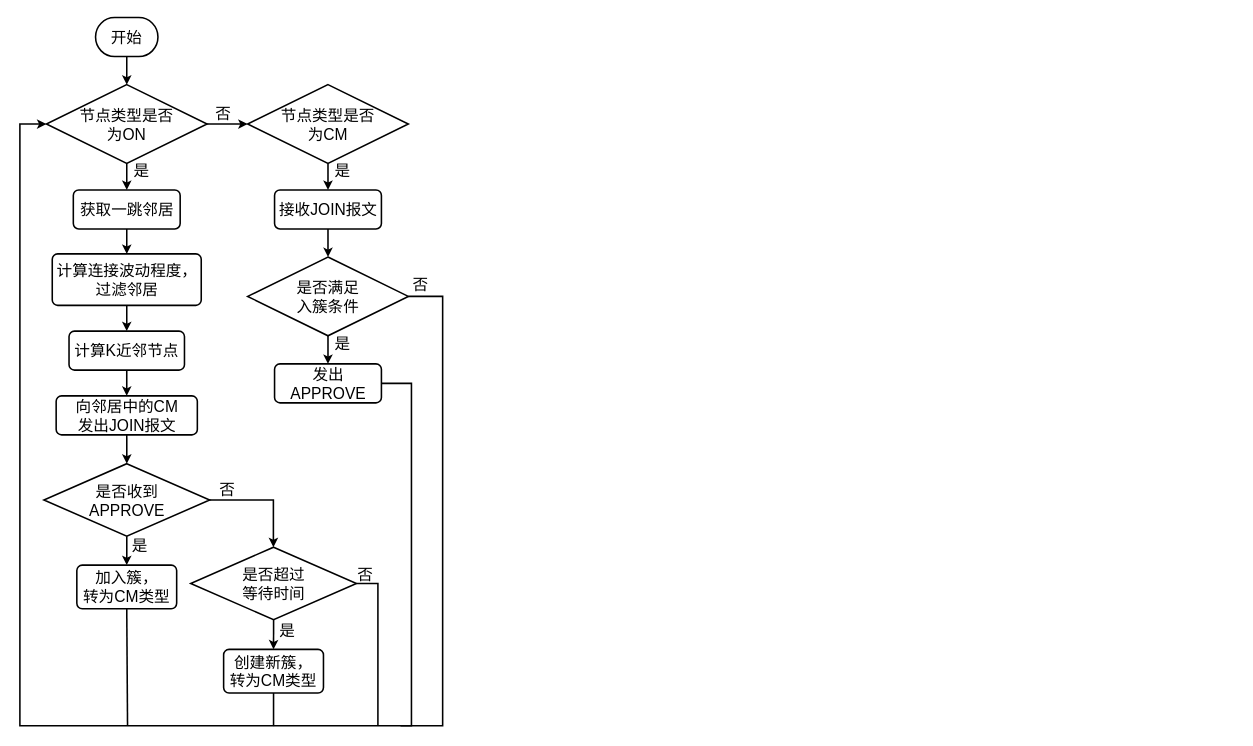
Earlier version of the draw.io diagram cluster/SNNCA-FLOW.drawio (trevorHsu/draftChart). Source tidied: cells renumbered, new cells numbered last; positions are measured from the earlier drawing's top-left corner, leaving out a move shared by most shapes. Both pictures are drawn from the tidied source at 78%, with x=0, y=0 at pixel (20, 17).
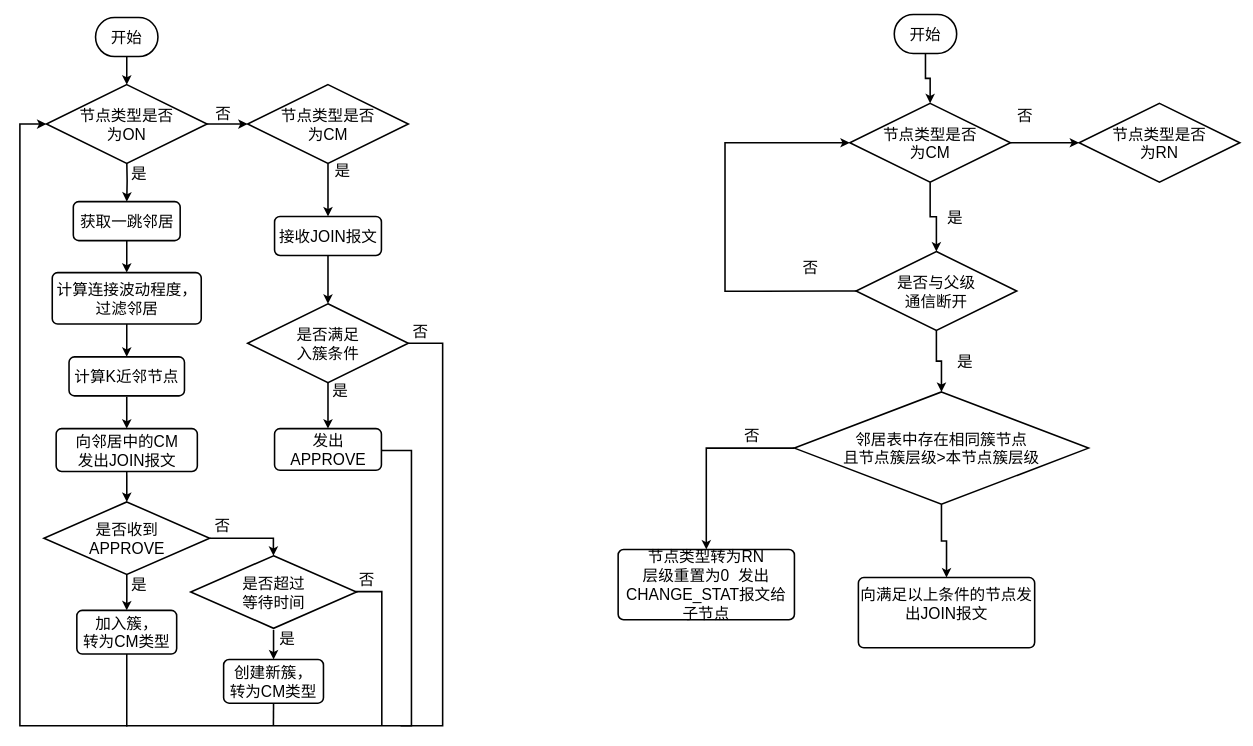
After the change.

Unchanged cells that the change refers to:
```xml
<mxCell id="6" value="节点类型是否&lt;br&gt;为ON" style="strokeWidth=2;html=1;shape=mxgraph.flowchart.decision;whiteSpace=wrap;fontSize=20;" parent="1" vertex="1">
  <mxGeometry x="34" y="86" width="206" height="101" as="geometry" />
</mxCell>
```

Change to the diagram source:
```diff
@@
     <mxCell id="3" value="获取一跳邻居" style="rounded=1;whiteSpace=wrap;html=1;absoluteArcSize=1;arcSize=14;strokeWidth=2;fontSize=20;" parent="1" vertex="1">
-      <mxGeometry x="68.5" y="221" width="137" height="50" as="geometry" />
+      <mxGeometry x="68.5" y="236" width="137" height="50" as="geometry" />
     </mxCell>
-    <mxCell id="4" style="edgeStyle=orthogonalEdgeStyle;rounded=0;jettySize=auto;html=1;exitX=0.5;exitY=1;exitDx=0;exitDy=0;exitPerimeter=0;entryX=0.5;entryY=0;entryDx=0;entryDy=0;fontSize=20;strokeWidth=2;" parent="1" edge="1" source="6" target="3">
-      <mxGeometry relative="1" as="geometry" />
+    <mxCell id="4" style="edgeStyle=orthogonalEdgeStyle;rounded=0;jettySize=auto;html=1;exitX=0.5;exitY=1;exitDx=0;exitDy=0;exitPerimeter=0;entryX=0.5;entryY=0;entryDx=0;entryDy=0;fontSize=20;strokeWidth=2;" parent="1" edge="1" target="3">
+      <mxGeometry relative="1" as="geometry">
+        <mxPoint x="137" y="182" as="sourcePoint" />
+      </mxGeometry>
     </mxCell>
@@
     <mxCell id="10" value="计算连接波动程度，过滤邻居" style="rounded=1;whiteSpace=wrap;html=1;absoluteArcSize=1;arcSize=14;strokeWidth=2;fontSize=20;" parent="1" vertex="1">
-      <mxGeometry x="41.5" y="303" width="191" height="66" as="geometry" />
+      <mxGeometry x="41.5" y="327" width="191" height="66" as="geometry" />
     </mxCell>
-    <mxCell id="11" style="edgeStyle=orthogonalEdgeStyle;rounded=0;jettySize=auto;html=1;entryX=0.5;entryY=0;entryDx=0;entryDy=0;fontSize=20;strokeWidth=2;" parent="1" edge="1" source="27" target="13">
-      <mxGeometry relative="1" as="geometry" />
+    <mxCell id="11" style="edgeStyle=orthogonalEdgeStyle;rounded=0;jettySize=auto;html=1;entryX=0.5;entryY=0;entryDx=0;entryDy=0;fontSize=20;strokeWidth=2;exitX=0.5;exitY=1;exitDx=0;exitDy=0;" parent="1" edge="1" target="13">
+      <mxGeometry relative="1" as="geometry">
+        <mxPoint x="137" y="499" as="sourcePoint" />
+        <Array as="points">
+          <mxPoint x="137" y="486" />
+          <mxPoint x="137" y="486" />
+        </Array>
+      </mxGeometry>
     </mxCell>
@@
     <mxCell id="13" value="向邻居中的CM&lt;br style=&quot;font-size: 20px;&quot;&gt;发出JOIN报文" style="rounded=1;whiteSpace=wrap;html=1;absoluteArcSize=1;arcSize=14;strokeWidth=2;fontSize=20;" parent="1" vertex="1">
-      <mxGeometry x="46.5" y="485" width="181" height="50" as="geometry" />
+      <mxGeometry x="46.5" y="527" width="181" height="55" as="geometry" />
     </mxCell>
@@
     <mxCell id="15" value="是" style="text;strokeColor=none;align=center;fillColor=none;html=1;verticalAlign=middle;whiteSpace=wrap;rounded=0;fontSize=20;" parent="1" vertex="1">
-      <mxGeometry x="124" y="661" width="60" height="30" as="geometry" />
+      <mxGeometry x="123" y="712" width="60" height="30" as="geometry" />
     </mxCell>
     <mxCell id="16" value="否" style="text;strokeColor=none;align=center;fillColor=none;html=1;verticalAlign=middle;whiteSpace=wrap;rounded=0;fontSize=20;" parent="1" vertex="1">
-      <mxGeometry x="236" y="589" width="60" height="30" as="geometry" />
+      <mxGeometry x="230" y="636" width="60" height="30" as="geometry" />
     </mxCell>
     <mxCell id="17" value="是" style="text;strokeColor=none;align=center;fillColor=none;html=1;verticalAlign=middle;whiteSpace=wrap;rounded=0;fontSize=20;" parent="1" vertex="1">
-      <mxGeometry x="313" y="770" width="60" height="30" as="geometry" />
+      <mxGeometry x="313" y="781" width="60" height="30" as="geometry" />
     </mxCell>
     <mxCell id="18" value="是" style="text;strokeColor=none;align=center;fillColor=none;html=1;verticalAlign=middle;whiteSpace=wrap;rounded=0;fontSize=20;" parent="1" vertex="1">
-      <mxGeometry x="126" y="181" width="60" height="30" as="geometry" />
+      <mxGeometry x="123" y="185" width="60" height="30" as="geometry" />
     </mxCell>
@@
     <mxCell id="20" value="否" style="text;strokeColor=none;align=center;fillColor=none;html=1;verticalAlign=middle;whiteSpace=wrap;rounded=0;fontSize=20;" parent="1" vertex="1">
-      <mxGeometry x="484" y="327" width="60" height="30" as="geometry" />
+      <mxGeometry x="484" y="387" width="60" height="30" as="geometry" />
     </mxCell>
     <mxCell id="21" value="是" style="text;strokeColor=none;align=center;fillColor=none;html=1;verticalAlign=middle;whiteSpace=wrap;rounded=0;fontSize=20;" parent="1" vertex="1">
-      <mxGeometry x="384" y="403" width="60" height="30" as="geometry" />
+      <mxGeometry x="381" y="463" width="60" height="30" as="geometry" />
     </mxCell>
@@
     <mxCell id="23" style="edgeStyle=orthogonalEdgeStyle;rounded=0;jettySize=auto;html=1;exitX=0.5;exitY=1;exitDx=0;exitDy=0;fontSize=20;endArrow=none;endFill=0;strokeWidth=2;" parent="1" edge="1" source="24">
       <mxGeometry relative="1" as="geometry">
-        <mxPoint x="138" y="908" as="targetPoint" />
+        <mxPoint x="137" y="909" as="targetPoint" />
         <Array as="points">
-          <mxPoint x="137" y="908" />
+          <mxPoint x="137" y="900" />
+          <mxPoint x="137" y="900" />
         </Array>
       </mxGeometry>
     </mxCell>
     <mxCell id="24" value="加入簇，&lt;br style=&quot;font-size: 20px;&quot;&gt;转为CM类型" style="rounded=1;whiteSpace=wrap;html=1;absoluteArcSize=1;arcSize=14;strokeWidth=2;fontSize=20;" parent="1" vertex="1">
-      <mxGeometry x="73" y="702" width="128" height="56" as="geometry" />
+      <mxGeometry x="73" y="760" width="128" height="56" as="geometry" />
     </mxCell>
@@
     <mxCell id="27" value="计算K近邻节点" style="rounded=1;whiteSpace=wrap;html=1;absoluteArcSize=1;arcSize=14;strokeWidth=2;fontSize=20;" parent="1" vertex="1">
-      <mxGeometry x="63" y="402" width="148" height="50" as="geometry" />
+      <mxGeometry x="63" y="435" width="148" height="50" as="geometry" />
     </mxCell>
-    <mxCell id="28" style="edgeStyle=orthogonalEdgeStyle;rounded=0;jettySize=auto;html=1;fontSize=20;endArrow=classic;endFill=1;exitX=1;exitY=0.5;exitDx=0;exitDy=0;exitPerimeter=0;strokeWidth=2;" parent="1" edge="1" target="41">
+    <mxCell id="28" style="edgeStyle=orthogonalEdgeStyle;rounded=0;jettySize=auto;html=1;fontSize=20;endArrow=classic;endFill=1;exitX=1;exitY=0.5;exitDx=0;exitDy=0;exitPerimeter=0;strokeWidth=2;" parent="1" edge="1" source="29" target="41">
       <mxGeometry relative="1" as="geometry">
-        <mxPoint x="227.2" y="618.5" as="sourcePoint" />
         <Array as="points">
-          <mxPoint x="325" y="619" />
+          <mxPoint x="325" y="667" />
         </Array>
       </mxGeometry>
     </mxCell>
     <mxCell id="29" value="是否收到&lt;br&gt;APPROVE" style="strokeWidth=2;html=1;shape=mxgraph.flowchart.decision;whiteSpace=wrap;fontSize=20;" parent="1" vertex="1">
-      <mxGeometry x="30.8" y="572" width="212.5" height="93" as="geometry" />
+      <mxGeometry x="30.8" y="621" width="212.5" height="93" as="geometry" />
     </mxCell>
     <mxCell id="30" style="edgeStyle=orthogonalEdgeStyle;rounded=0;jettySize=auto;html=1;exitX=0.5;exitY=1;exitDx=0;exitDy=0;fontSize=20;endArrow=none;endFill=0;strokeWidth=2;" parent="1" edge="1" source="31">
       <mxGeometry relative="1" as="geometry">
-        <mxPoint x="325.2" y="908.4" as="targetPoint" />
+        <mxPoint x="325" y="908" as="targetPoint" />
       </mxGeometry>
     </mxCell>
     <mxCell id="31" value="创建新簇，&lt;br style=&quot;border-color: var(--border-color);&quot;&gt;转为CM类型" style="rounded=1;whiteSpace=wrap;html=1;absoluteArcSize=1;arcSize=14;strokeWidth=2;fontSize=20;" parent="1" vertex="1">
-      <mxGeometry x="261.2" y="810" width="128" height="56" as="geometry" />
+      <mxGeometry x="261.2" y="823" width="128" height="56" as="geometry" />
     </mxCell>
@@
     <mxCell id="33" value="接收JOIN报文" style="rounded=1;whiteSpace=wrap;html=1;absoluteArcSize=1;arcSize=14;strokeWidth=2;fontSize=20;" parent="1" vertex="1">
-      <mxGeometry x="326.5" y="221" width="137" height="50" as="geometry" />
+      <mxGeometry x="326.5" y="255" width="137" height="50" as="geometry" />
     </mxCell>
-    <mxCell id="34" style="edgeStyle=orthogonalEdgeStyle;rounded=0;jettySize=auto;html=1;fontSize=20;endArrow=classic;endFill=1;strokeWidth=2;" parent="1" edge="1" source="36" target="38">
+    <mxCell id="34" style="edgeStyle=orthogonalEdgeStyle;rounded=0;jettySize=auto;html=1;fontSize=20;endArrow=classic;endFill=1;strokeWidth=2;exitX=0.5;exitY=1;exitDx=0;exitDy=0;exitPerimeter=0;" parent="1" edge="1" source="36" target="38">
       <mxGeometry relative="1" as="geometry" />
     </mxCell>
     <mxCell id="35" style="edgeStyle=orthogonalEdgeStyle;rounded=0;jettySize=auto;html=1;exitX=1;exitY=0.5;exitDx=0;exitDy=0;exitPerimeter=0;fontSize=20;endArrow=classic;endFill=1;entryX=0;entryY=0.5;entryDx=0;entryDy=0;entryPerimeter=0;strokeWidth=2;" parent="1" edge="1" source="36" target="6">
       <mxGeometry relative="1" as="geometry">
         <Array as="points">
-          <mxPoint x="542" y="357" />
+          <mxPoint x="542" y="417" />
           <mxPoint x="542" y="908" />
           <mxPoint y="908" />
-          <mxPoint y="137" />
+          <mxPoint y="136" />
         </Array>
       </mxGeometry>
     </mxCell>
     <mxCell id="36" value="是否满足&lt;br&gt;入簇条件" style="strokeWidth=2;html=1;shape=mxgraph.flowchart.decision;whiteSpace=wrap;fontSize=20;" parent="1" vertex="1">
-      <mxGeometry x="292" y="307" width="206" height="101" as="geometry" />
+      <mxGeometry x="292" y="367" width="206" height="101" as="geometry" />
     </mxCell>
     <mxCell id="37" style="edgeStyle=orthogonalEdgeStyle;rounded=0;jettySize=auto;html=1;exitX=1;exitY=0.5;exitDx=0;exitDy=0;fontSize=20;endArrow=none;endFill=0;strokeWidth=2;" parent="1" edge="1" source="38">
       <mxGeometry relative="1" as="geometry">
         <mxPoint x="488" y="908" as="targetPoint" />
         <Array as="points">
-          <mxPoint x="502" y="469" />
+          <mxPoint x="502" y="555" />
           <mxPoint x="502" y="908" />
         </Array>
       </mxGeometry>
     </mxCell>
     <mxCell id="38" value="发出APPROVE" style="rounded=1;whiteSpace=wrap;html=1;absoluteArcSize=1;arcSize=14;strokeWidth=2;fontSize=20;" parent="1" vertex="1">
-      <mxGeometry x="326.5" y="444" width="137" height="50" as="geometry" />
+      <mxGeometry x="326.5" y="527" width="137" height="53.5" as="geometry" />
     </mxCell>
-    <mxCell id="39" style="edgeStyle=orthogonalEdgeStyle;rounded=0;jettySize=auto;html=1;exitX=0.5;exitY=1;exitDx=0;exitDy=0;exitPerimeter=0;entryX=0.5;entryY=0;entryDx=0;entryDy=0;fontSize=20;endArrow=classic;endFill=1;strokeWidth=2;" parent="1" edge="1" source="41" target="31">
-      <mxGeometry relative="1" as="geometry" />
+    <mxCell id="39" style="edgeStyle=orthogonalEdgeStyle;rounded=0;jettySize=auto;html=1;exitX=0.5;exitY=1;exitDx=0;exitDy=0;exitPerimeter=0;entryX=0.5;entryY=0;entryDx=0;entryDy=0;fontSize=20;endArrow=classic;endFill=1;strokeWidth=2;" parent="1" edge="1" target="31">
+      <mxGeometry relative="1" as="geometry">
+        <mxPoint x="325.2" y="785" as="sourcePoint" />
+      </mxGeometry>
     </mxCell>
-    <mxCell id="40" style="edgeStyle=orthogonalEdgeStyle;rounded=0;jettySize=auto;html=1;exitX=1;exitY=0.5;exitDx=0;exitDy=0;exitPerimeter=0;fontSize=20;endArrow=none;endFill=0;strokeWidth=2;" parent="1" edge="1" source="41">
+    <mxCell id="40" style="edgeStyle=orthogonalEdgeStyle;rounded=0;jettySize=auto;html=1;fontSize=20;endArrow=none;endFill=0;strokeWidth=2;exitX=0.271;exitY=1.067;exitDx=0;exitDy=0;exitPerimeter=0;" parent="1" edge="1" source="43">
       <mxGeometry relative="1" as="geometry">
-        <mxPoint x="459" y="908" as="targetPoint" />
+        <mxPoint x="464" y="908" as="targetPoint" />
         <Array as="points">
-          <mxPoint x="459" y="725" />
+          <mxPoint x="431" y="736" />
+          <mxPoint x="464" y="736" />
         </Array>
       </mxGeometry>
     </mxCell>
     <mxCell id="41" value="是否超过&lt;br&gt;等待时间" style="strokeWidth=2;html=1;shape=mxgraph.flowchart.decision;whiteSpace=wrap;fontSize=20;" parent="1" vertex="1">
-      <mxGeometry x="219" y="679" width="212.5" height="93" as="geometry" />
+      <mxGeometry x="219" y="690" width="212.5" height="93" as="geometry" />
     </mxCell>
@@
     <mxCell id="43" value="否" style="text;strokeColor=none;align=center;fillColor=none;html=1;verticalAlign=middle;whiteSpace=wrap;rounded=0;fontSize=20;" parent="1" vertex="1">
-      <mxGeometry x="413" y="698" width="60" height="30" as="geometry" />
+      <mxGeometry x="415" y="705" width="60" height="30" as="geometry" />
     </mxCell>
+    <mxCell id="44" style="edgeStyle=orthogonalEdgeStyle;rounded=0;jettySize=auto;html=1;strokeWidth=2;fontSize=20;endArrow=classic;endFill=1;" parent="1" edge="1" source="45" target="49">
+      <mxGeometry relative="1" as="geometry" />
+    </mxCell>
+    <mxCell id="45" value="开始" style="strokeWidth=2;html=1;shape=mxgraph.flowchart.terminator;whiteSpace=wrap;fontSize=20;" parent="1" vertex="1">
+      <mxGeometry x="1121" y="-4" width="80" height="50" as="geometry" />
+    </mxCell>
+    <mxCell id="46" value="&lt;div&gt;向满足以上条件的节点发出JOIN报文&lt;/div&gt;&lt;div&gt;&lt;br&gt;&lt;/div&gt;" style="rounded=1;whiteSpace=wrap;html=1;absoluteArcSize=1;arcSize=14;strokeWidth=2;fontSize=20;" parent="1" vertex="1">
+      <mxGeometry x="1075" y="718" width="226" height="90" as="geometry" />
+    </mxCell>
+    <mxCell id="47" style="edgeStyle=orthogonalEdgeStyle;rounded=0;jettySize=auto;html=1;strokeWidth=2;fontSize=20;endArrow=classic;endFill=1;" parent="1" edge="1" source="49" target="53">
+      <mxGeometry relative="1" as="geometry" />
+    </mxCell>
+    <mxCell id="48" style="edgeStyle=orthogonalEdgeStyle;rounded=0;jettySize=auto;html=1;strokeWidth=2;fontSize=20;endArrow=classic;endFill=1;" parent="1" edge="1" source="49" target="50">
+      <mxGeometry relative="1" as="geometry" />
+    </mxCell>
+    <mxCell id="49" value="节点类型是否&lt;br&gt;为CM" style="strokeWidth=2;html=1;shape=mxgraph.flowchart.decision;whiteSpace=wrap;fontSize=20;" parent="1" vertex="1">
+      <mxGeometry x="1064" y="110" width="206" height="101" as="geometry" />
+    </mxCell>
+    <mxCell id="50" value="节点类型是否&lt;br&gt;为RN" style="strokeWidth=2;html=1;shape=mxgraph.flowchart.decision;whiteSpace=wrap;fontSize=20;" parent="1" vertex="1">
+      <mxGeometry x="1358" y="110" width="206" height="101" as="geometry" />
+    </mxCell>
+    <mxCell id="51" style="edgeStyle=orthogonalEdgeStyle;rounded=0;jettySize=auto;html=1;strokeWidth=2;fontSize=20;endArrow=classic;endFill=1;" parent="1" edge="1" source="53" target="58">
+      <mxGeometry relative="1" as="geometry" />
+    </mxCell>
+    <mxCell id="52" style="edgeStyle=orthogonalEdgeStyle;rounded=0;jettySize=auto;html=1;entryX=0;entryY=0.5;entryDx=0;entryDy=0;entryPerimeter=0;strokeWidth=2;fontSize=20;endArrow=classic;endFill=1;exitX=0;exitY=0.5;exitDx=0;exitDy=0;exitPerimeter=0;" parent="1" edge="1" source="53" target="49">
+      <mxGeometry relative="1" as="geometry">
+        <Array as="points">
+          <mxPoint x="1044" y="351" />
+          <mxPoint x="904" y="351" />
+          <mxPoint x="904" y="161" />
+        </Array>
+      </mxGeometry>
+    </mxCell>
+    <mxCell id="53" value="是否与父级&lt;br&gt;通信断开" style="strokeWidth=2;html=1;shape=mxgraph.flowchart.decision;whiteSpace=wrap;fontSize=20;" parent="1" vertex="1">
+      <mxGeometry x="1072" y="300" width="206" height="101" as="geometry" />
+    </mxCell>
+    <mxCell id="54" value="是" style="text;strokeColor=none;align=center;fillColor=none;html=1;verticalAlign=middle;whiteSpace=wrap;rounded=0;fontSize=20;" parent="1" vertex="1">
+      <mxGeometry x="1168.5" y="241" width="60" height="30" as="geometry" />
+    </mxCell>
+    <mxCell id="55" value="否" style="text;strokeColor=none;align=center;fillColor=none;html=1;verticalAlign=middle;whiteSpace=wrap;rounded=0;fontSize=20;" parent="1" vertex="1">
+      <mxGeometry x="1259" y="110" width="60" height="30" as="geometry" />
+    </mxCell>
+    <mxCell id="56" style="edgeStyle=orthogonalEdgeStyle;rounded=0;jettySize=auto;html=1;strokeWidth=2;fontSize=20;endArrow=classic;endFill=1;" parent="1" edge="1" source="58" target="46">
+      <mxGeometry relative="1" as="geometry" />
+    </mxCell>
+    <mxCell id="57" style="edgeStyle=orthogonalEdgeStyle;rounded=0;jettySize=auto;html=1;strokeWidth=2;fontSize=20;endArrow=classic;endFill=1;" parent="1" edge="1" source="58" target="61">
+      <mxGeometry relative="1" as="geometry">
+        <Array as="points">
+          <mxPoint x="880" y="552" />
+        </Array>
+      </mxGeometry>
+    </mxCell>
+    <mxCell id="58" value="邻居表中存在相同簇节点&lt;br&gt;且节点簇层级&amp;gt;本节点簇层级" style="strokeWidth=2;html=1;shape=mxgraph.flowchart.decision;whiteSpace=wrap;fontSize=20;" parent="1" vertex="1">
+      <mxGeometry x="993" y="480" width="377" height="144" as="geometry" />
+    </mxCell>
+    <mxCell id="59" value="是" style="text;strokeColor=none;align=center;fillColor=none;html=1;verticalAlign=middle;whiteSpace=wrap;rounded=0;fontSize=20;" parent="1" vertex="1">
+      <mxGeometry x="1182" y="425" width="60" height="30" as="geometry" />
+    </mxCell>
+    <mxCell id="60" value="否" style="text;strokeColor=none;align=center;fillColor=none;html=1;verticalAlign=middle;whiteSpace=wrap;rounded=0;fontSize=20;" parent="1" vertex="1">
+      <mxGeometry x="984" y="305" width="60" height="30" as="geometry" />
+    </mxCell>
+    <mxCell id="61" value="&lt;div&gt;&lt;div&gt;节点类型转为RN&lt;/div&gt;&lt;div&gt;层级重置为0&amp;nbsp; 发出CHANGE_STAT报文给子节点&lt;/div&gt;&lt;/div&gt;" style="rounded=1;whiteSpace=wrap;html=1;absoluteArcSize=1;arcSize=14;strokeWidth=2;fontSize=20;" parent="1" vertex="1">
+      <mxGeometry x="767" y="682" width="226" height="90" as="geometry" />
+    </mxCell>
+    <mxCell id="62" value="否" style="text;strokeColor=none;align=center;fillColor=none;html=1;verticalAlign=middle;whiteSpace=wrap;rounded=0;fontSize=20;" parent="1" vertex="1">
+      <mxGeometry x="909" y="520" width="60" height="30" as="geometry" />
+    </mxCell>
```
